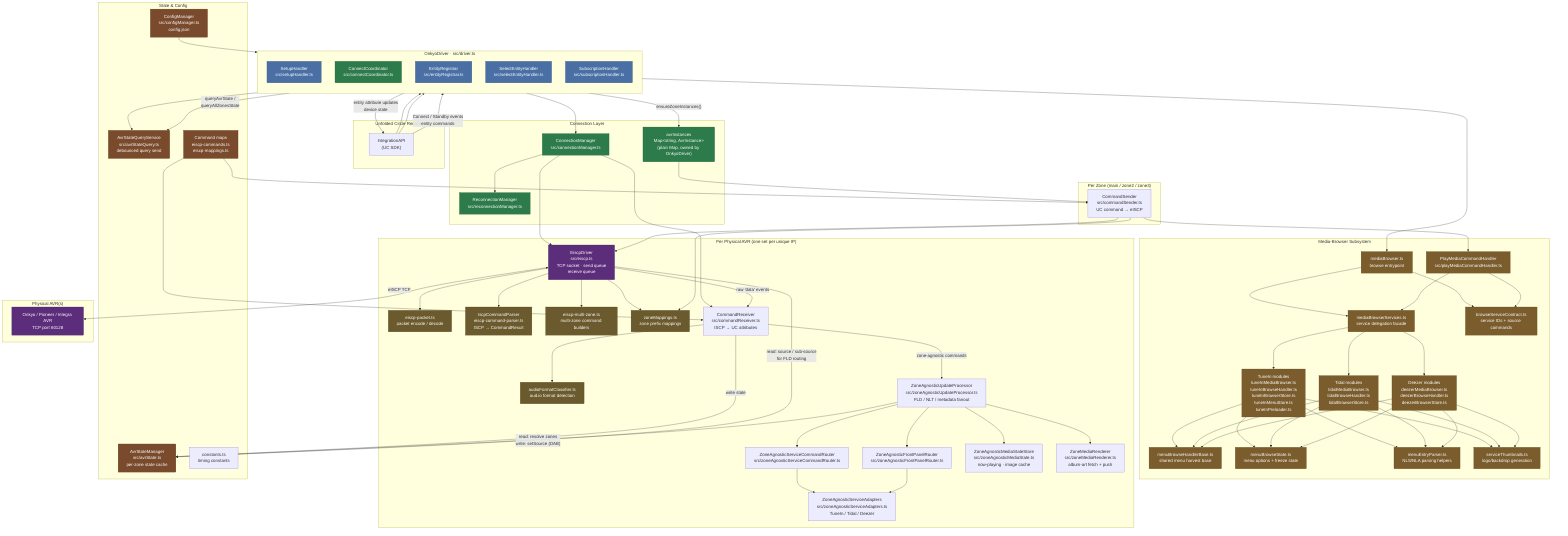
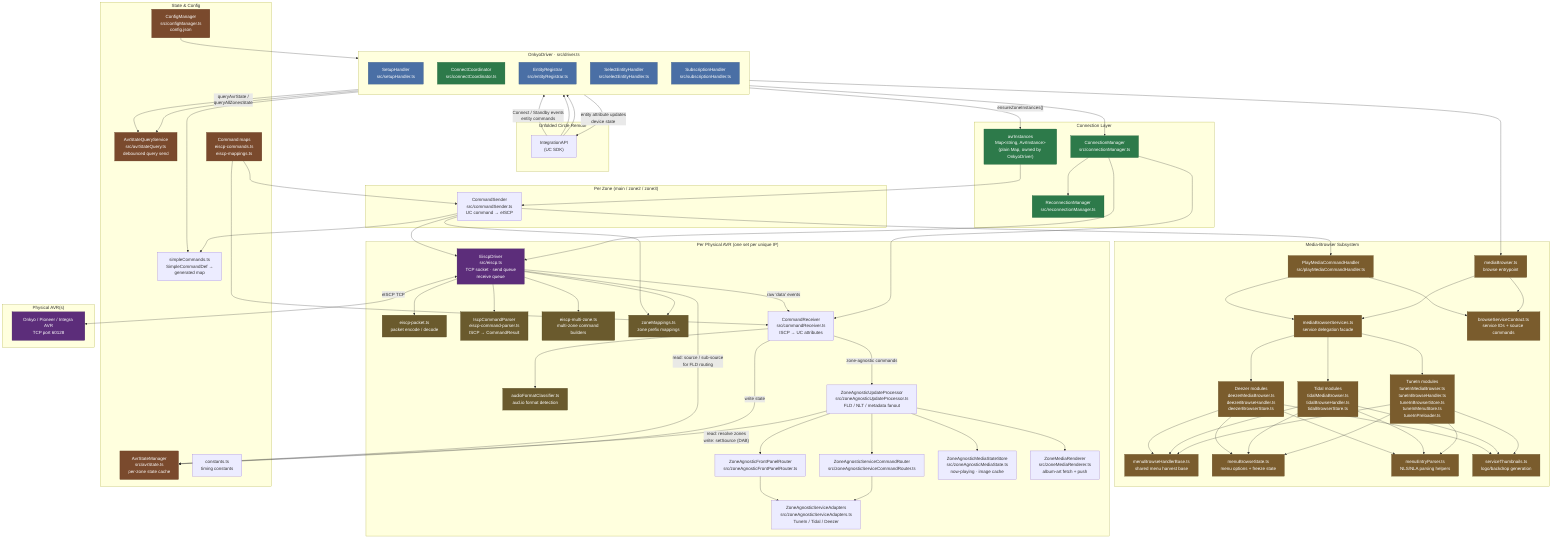
graph TB
    subgraph UC["Unfolded Circle Remote"]
        UCAPI["IntegrationAPI\n(UC SDK)"]
    end

    subgraph Driver["OnkyoDriver  ·  src/driver.ts"]
        direction TB
        SetupH["SetupHandler\nsrc/setupHandler.ts"]
        CC["ConnectCoordinator\nsrc/connectCoordinator.ts"]
        ER["EntityRegistrar\nsrc/entityRegistrar.ts"]
        SEH["SelectEntityHandler\nsrc/selectEntityHandler.ts"]
        SubH["SubscriptionHandler\nsrc/subscriptionHandler.ts"]
    end

    subgraph MediaBrowse["Media-Browser Subsystem"]
        MB["mediaBrowser.ts\nbrowse entrypoint"]
        MBSVC["mediaBrowserServices.ts\nservice delegation facade"]
        BSC["browseServiceContract.ts\nservice IDs + source commands"]
        PMCH["PlayMediaCommandHandler\nsrc/playMediaCommandHandler.ts"]
        MBASE["menuBrowseHandlerBase.ts\nshared menu harvest base"]
        MBSTATE["menuBrowseState.ts\nmenu options + freeze state"]
        MEP["menuEntryParser.ts\nNLS/NLA parsing helpers"]
        THUMB["serviceThumbnails.ts\nlogo/backdrop generation"]
        TIN["TuneIn modules\ntuneInMediaBrowser.ts\ntuneInBrowseHandler.ts\ntuneInBrowserStore.ts\ntuneInMenuStore.ts\ntuneInPreloader.ts"]
        TID["Tidal modules\ntidalMediaBrowser.ts\ntidalBrowseHandler.ts\ntidalBrowserStore.ts"]
        DEE["Deezer modules\ndeezerMediaBrowser.ts\ndeezerBrowseHandler.ts\ndeezerBrowserStore.ts"]
    end

    subgraph ConnLayer["Connection Layer"]
        CM["ConnectionManager\nsrc/connectionManager.ts"]
        RM["ReconnectionManager\nsrc/reconnectionManager.ts"]
        INSTANCES["avrInstances\nMap&lt;string, AvrInstance&gt;\n(plain Map, owned by OnkyoDriver)"]
    end

    subgraph PerAVR["Per Physical AVR  (one set per unique IP)"]
        EISCP["EiscpDriver\nsrc/eiscp.ts\nTCP socket · send queue\nreceive queue"]
        PKT["eiscp-packet.ts\npacket encode / decode"]
        PARSER["IscpCommandParser\neiscp-command-parser.ts\nISCP → CommandResult"]
        MZONE["eiscp-multi-zone.ts\nmulti-zone command builders"]
        ZM["zoneMappings.ts\nzone prefix mappings"]
        CR["CommandReceiver\nsrc/commandReceiver.ts\nISCP → UC attributes"]
        AFC["audioFormatClassifier.ts\naud.io format detection"]
        ZAUP["ZoneAgnosticUpdateProcessor\nsrc/zoneAgnosticUpdateProcessor.ts\nFLD / NLT / metadata fanout"]
        ZAFPR["ZoneAgnosticFrontPanelRouter\nsrc/zoneAgnosticFrontPanelRouter.ts"]
        ZASCR["ZoneAgnosticServiceCommandRouter\nsrc/zoneAgnosticServiceCommandRouter.ts"]
        ZASAD["ZoneAgnosticServiceAdapters\nsrc/zoneAgnosticServiceAdapters.ts\nTuneIn / Tidal / Deezer"]
        ZAMSS["ZoneAgnosticMediaStateStore\nsrc/zoneAgnosticMediaState.ts\nnow-playing · image cache"]
        ZMR["ZoneMediaRenderer\nsrc/zoneMediaRenderer.ts\nalbum-art fetch + push"]
    end

    subgraph PerZone["Per Zone  (main / zone2 / zone3)"]
        CS["CommandSender\nsrc/commandSender.ts\nUC command → eISCP"]
    end

    subgraph State["State & Config"]
        ASM["AvrStateManager\nsrc/avrState.ts\nper-zone state cache"]
        ASQ["AvrStateQueryService\nsrc/avrStateQuery.ts\ndebounced query send"]
        CFG["ConfigManager\nsrc/configManager.ts\nconfig.json"]
        MAPS["Command maps\neiscp-commands.ts\neiscp-mappings.ts"]
+         SC["simpleCommands.ts\nSimpleCommandDef →\ngenerated map"]
        CONST["constants.ts\ntiming constants"]
    end

    subgraph AVR["Physical AVR(s)"]
        AVRBox["Onkyo / Pioneer / Integra AVR\nTCP port 60128"]
    end

    %% UC ↔ Driver
    UCAPI -- "Connect / Standby events\nentity commands" --> Driver
    Driver -- "entity attribute updates\ndevice state" --> UCAPI

    %% Driver internals
    UCAPI --> SetupH
    UCAPI --> CC
    CC --> CM
    CC -- "ensureZoneInstances()" --> INSTANCES
    Driver -- "queryAvrState /\nqueryAllZonesState" --> ASQ
    Driver --> MB

    %% Connection layer
    CM --> EISCP
    CM --> CR
    CM --> RM
    INSTANCES --> CS

    %% Browse subsystem wiring
    MB --> MBSVC
    MB --> BSC
    CS --> PMCH
    PMCH --> BSC
    PMCH --> MBSVC
    MBSVC --> TIN
    MBSVC --> TID
    MBSVC --> DEE
    TIN --> MBASE
    TID --> MBASE
    DEE --> MBASE
    TIN --> MBSTATE
    TID --> MBSTATE
    DEE --> MBSTATE
    TIN --> MEP
    TID --> MEP
    DEE --> MEP
    TIN --> THUMB
    TID --> THUMB
    DEE --> THUMB

    %% EiscpDriver sub-modules
    EISCP --> PKT
    EISCP --> PARSER
    EISCP --> MZONE
    EISCP --> ZM

    %% Per-AVR: receive path
    EISCP -- "raw 'data' events" --> CR
    CR --> AFC
    CR -- "zone-agnostic commands" --> ZAUP
    CR -- "write state" --> ASM
    ZAUP -- "read: resolve zones\nwrite: setSource (DAB)" --> ASM
    ZAUP --> ZAFPR
    ZAUP --> ZASCR
    ZASCR --> ZASAD
    ZAUP --> ZAMSS
    ZAUP --> ZMR
    ZAFPR --> ZASAD

    %% EiscpDriver reads state for FM/NET routing
    EISCP -- "read: source / sub-source\nfor FLD routing" --> ASM

    %% Per-zone: send path
    CS --> EISCP
    CS --> ZM

+     %% Simple commands: EntityRegistrar passes ALL_SIMPLE_COMMANDS in options; CommandSender looks up cmdId
+     ER --> SC
+     CS --> SC
+ 
    %% SubscriptionHandler queries AVR on subscribe
    SubH --> ASQ

    %% State & Config
    CFG --> Driver
    MAPS --> CR
    MAPS --> CS

    %% AVR TCP
    EISCP <-- "eISCP TCP" --> AVRBox

    %% Style
    classDef entry fill:#4a6fa5,color:#fff,stroke:#2d4e7a
    classDef conn fill:#2d7a4a,color:#fff,stroke:#1a5c34
    classDef data fill:#7a4a2d,color:#fff,stroke:#5c3419
    classDef avr fill:#5c2d7a,color:#fff,stroke:#3e1a5c
    classDef browse fill:#7a5c2d,color:#fff,stroke:#5c451a
    class CC,CM,RM,INSTANCES conn
    class ASM,ASQ,CFG,MAPS data
    class EISCP,AVRBox avr
    class PKT,PARSER,MZONE,ZM util
    class SetupH,ER,SEH,SubH entry
    class MB,MBSVC,BSC,PMCH,MBASE,MBSTATE,MEP,THUMB,TIN,TID,DEE browse
    classDef util fill:#6a5a2d,color:#fff,stroke:#4e4219
    class AFC util
